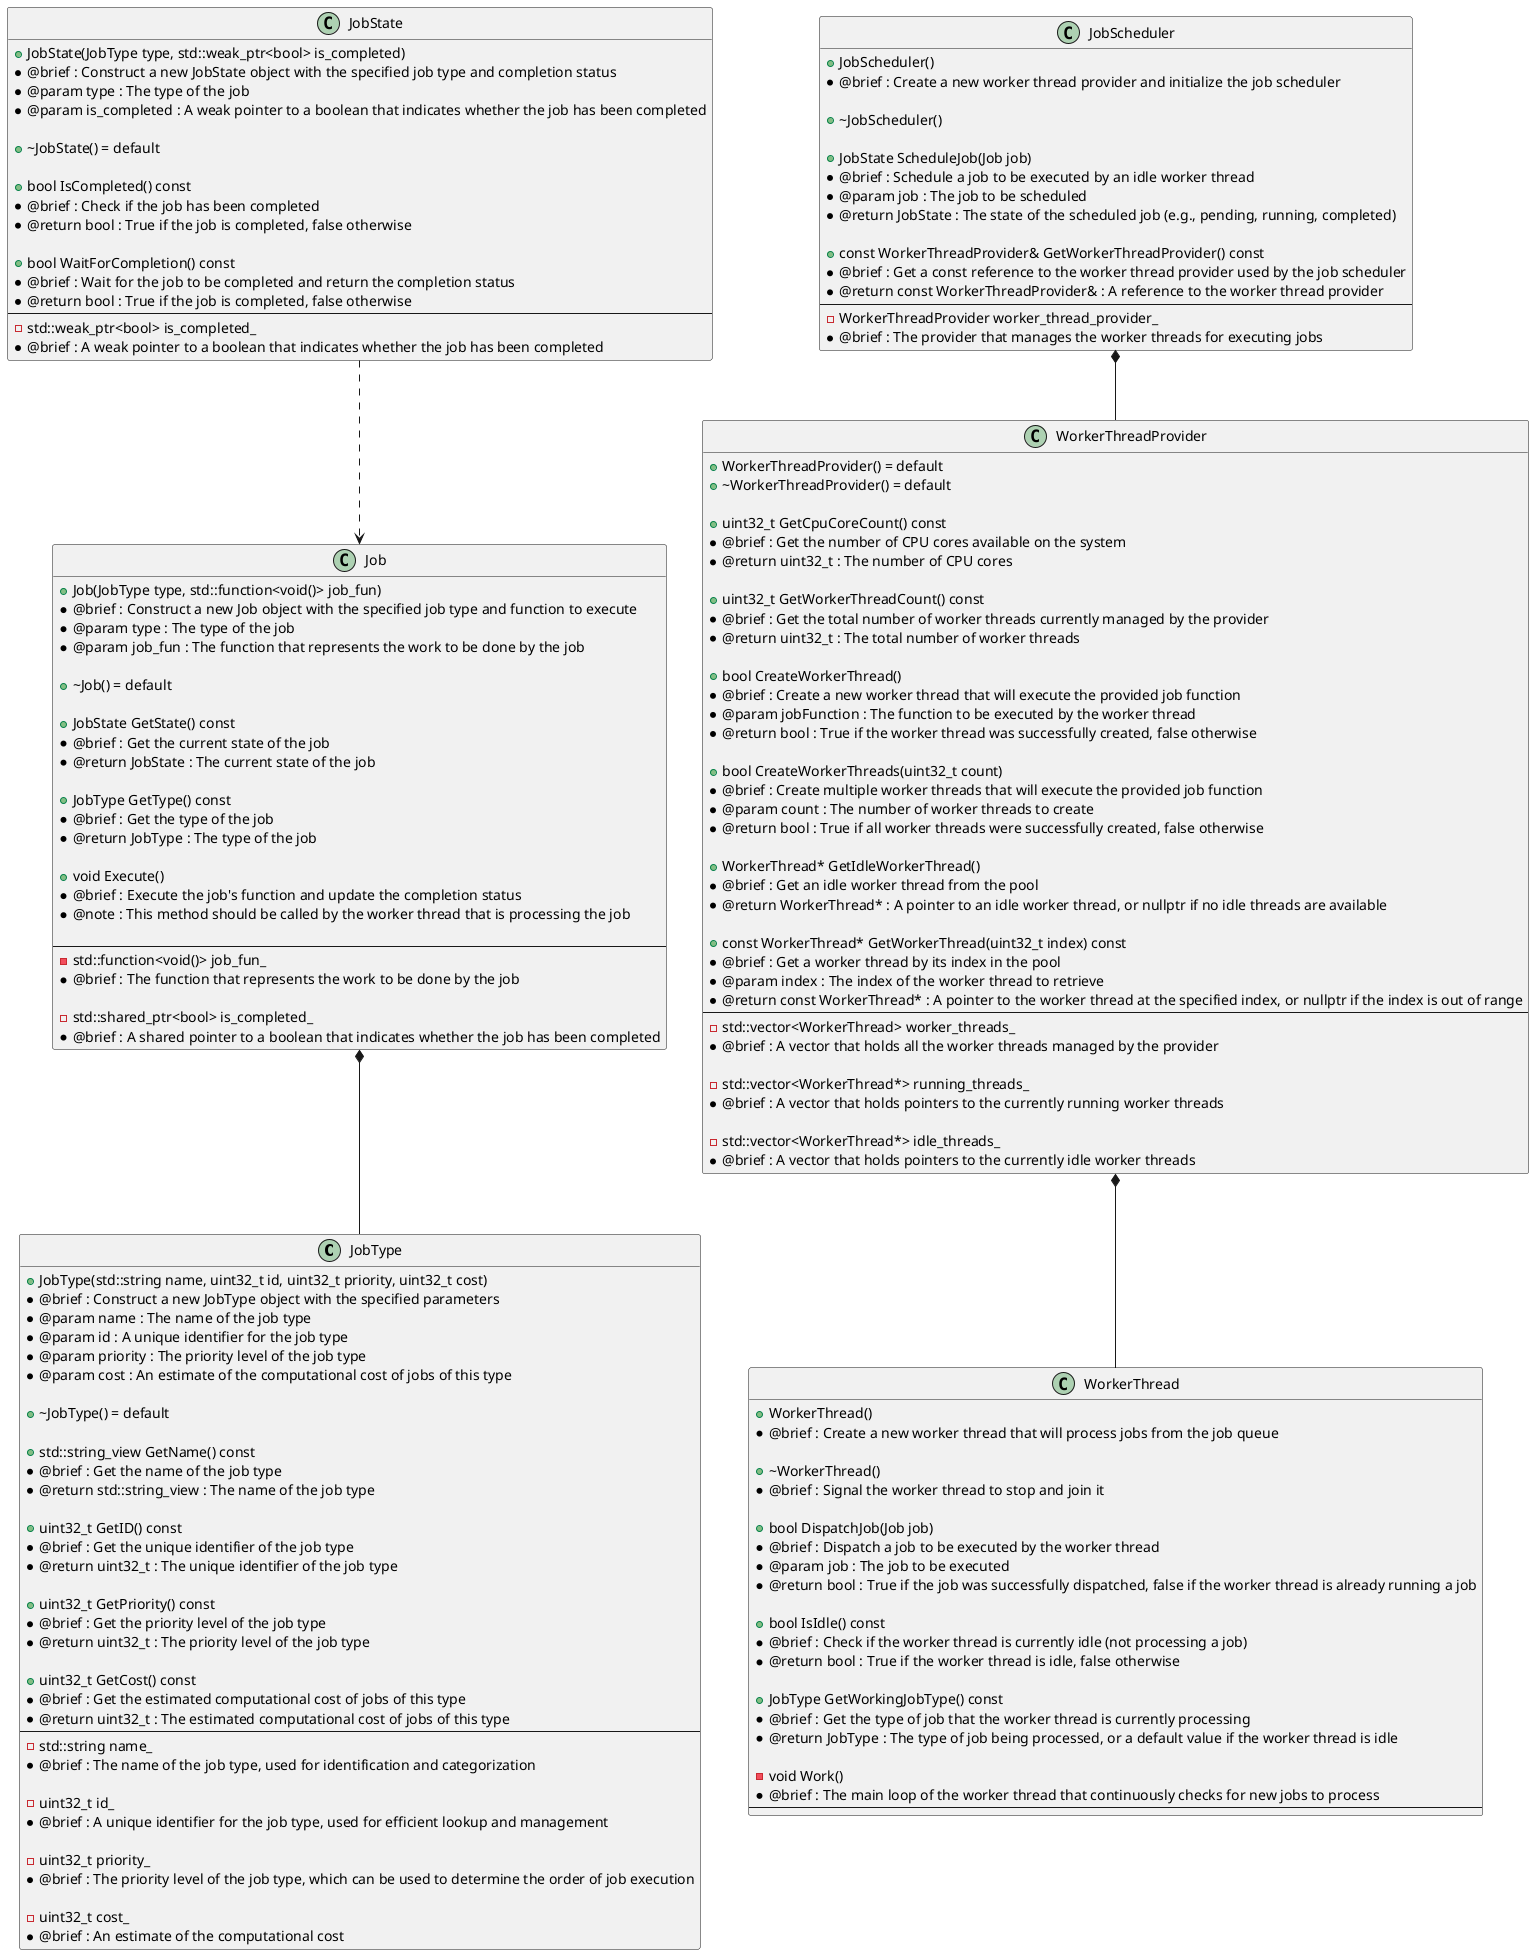
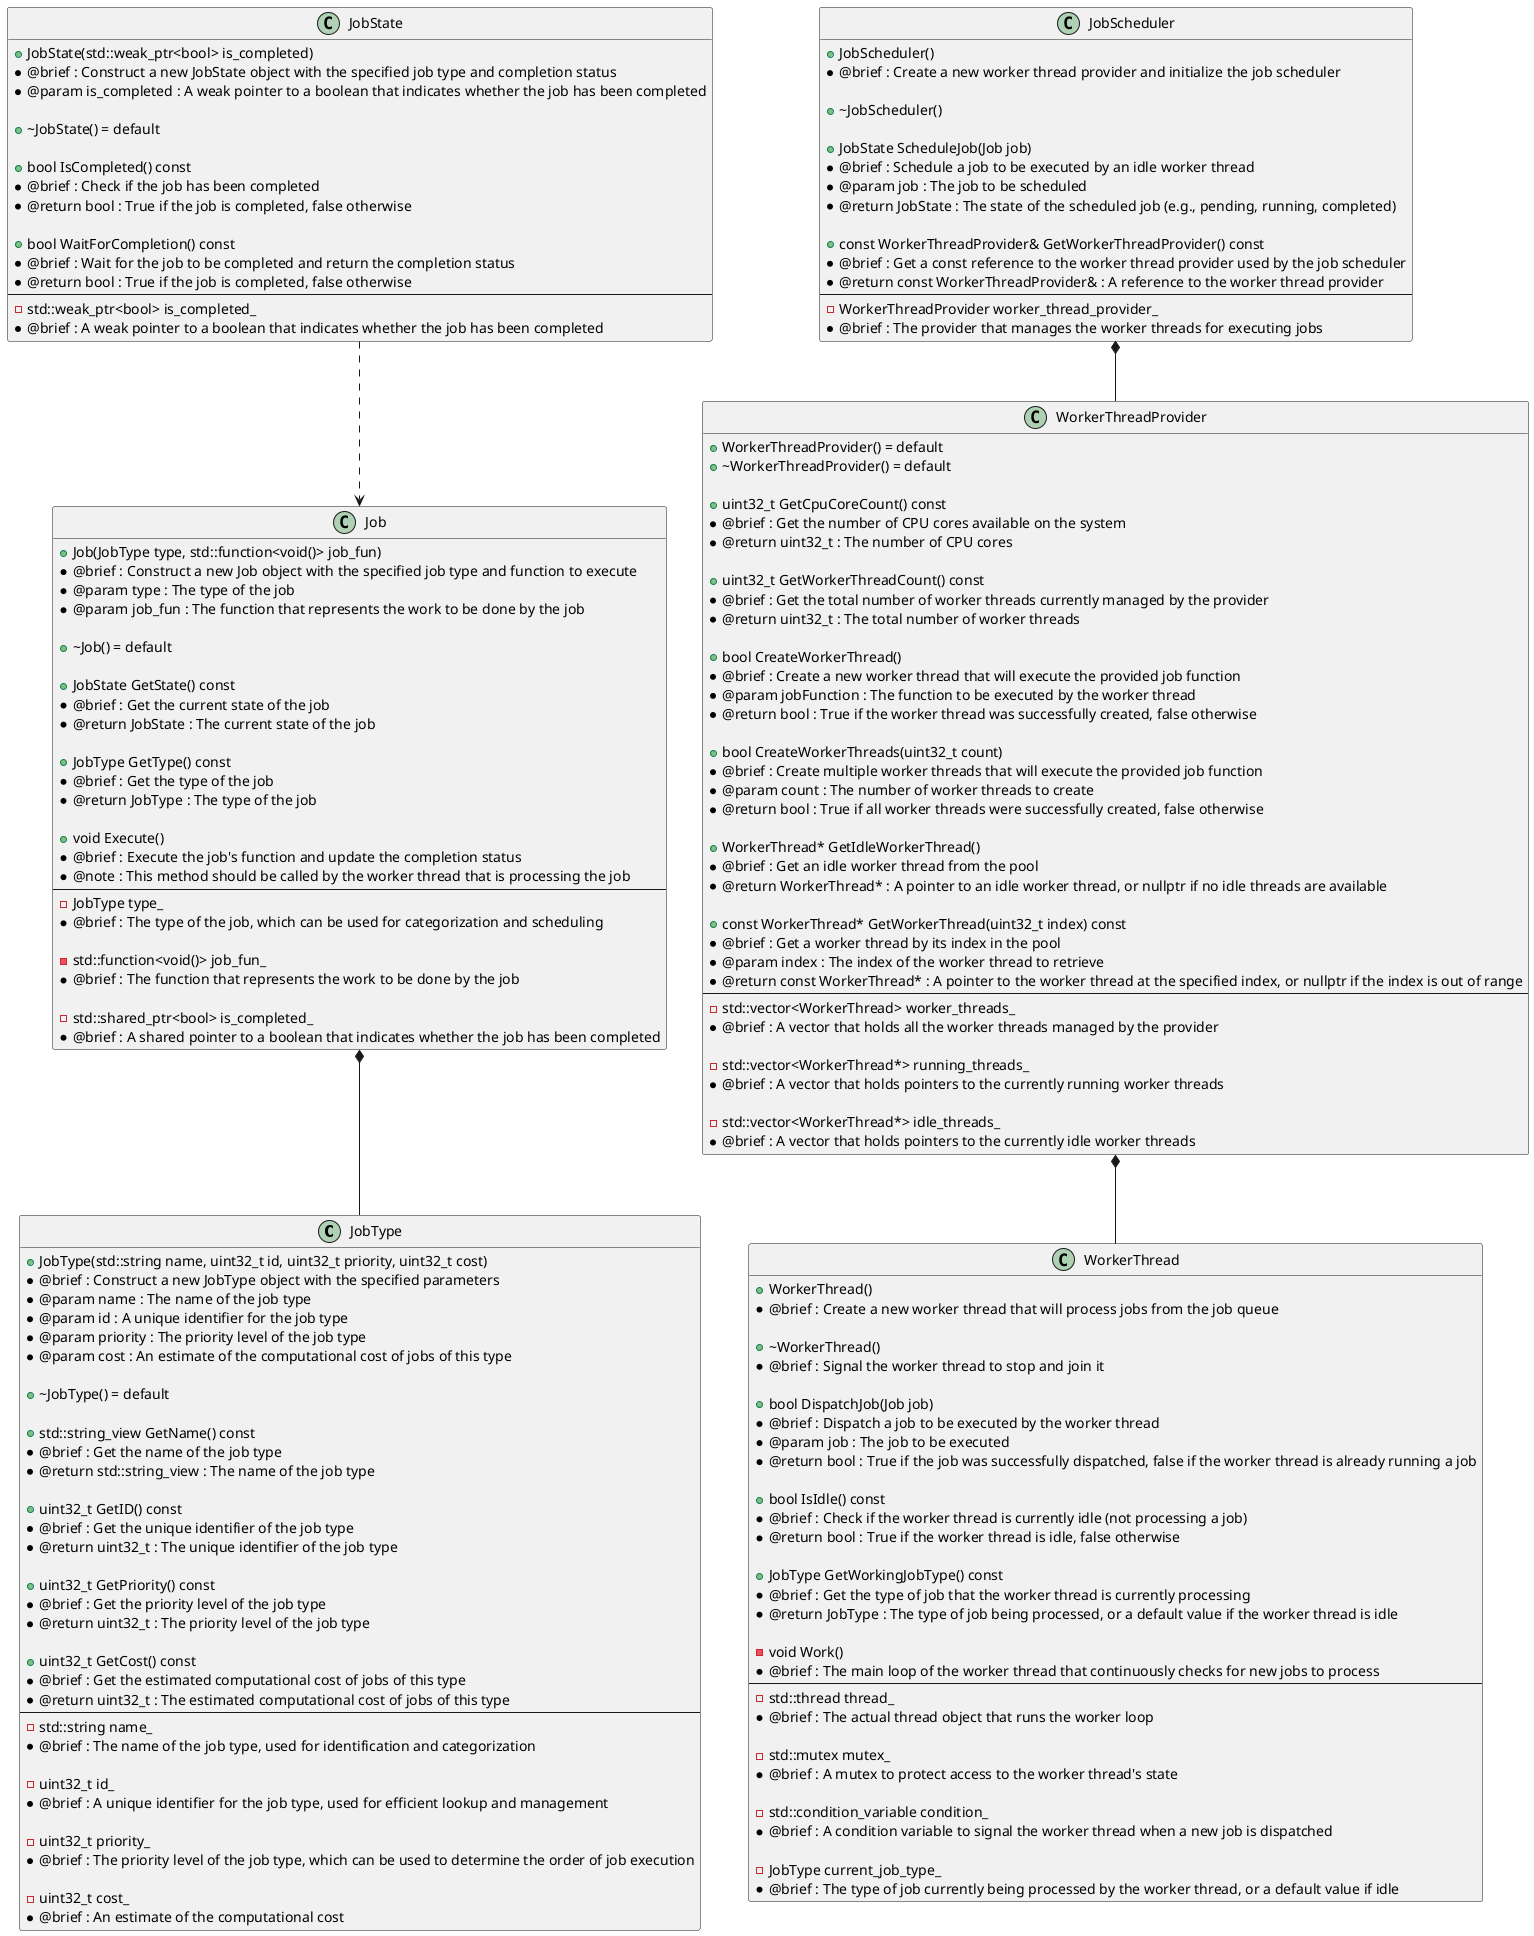
﻿@startuml

class JobType
{
    + JobType(std::string name, uint32_t id, uint32_t priority, uint32_t cost)
     * @brief : Construct a new JobType object with the specified parameters
     * @param name : The name of the job type
     * @param id : A unique identifier for the job type
     * @param priority : The priority level of the job type
     * @param cost : An estimate of the computational cost of jobs of this type

    + ~JobType() = default

    + std::string_view GetName() const
     * @brief : Get the name of the job type
     * @return std::string_view : The name of the job type

    + uint32_t GetID() const
     * @brief : Get the unique identifier of the job type
     * @return uint32_t : The unique identifier of the job type

    + uint32_t GetPriority() const
     * @brief : Get the priority level of the job type
     * @return uint32_t : The priority level of the job type

    + uint32_t GetCost() const
     * @brief : Get the estimated computational cost of jobs of this type
     * @return uint32_t : The estimated computational cost of jobs of this type
    ---
    - std::string name_
     * @brief : The name of the job type, used for identification and categorization

    - uint32_t id_
     * @brief : A unique identifier for the job type, used for efficient lookup and management

    - uint32_t priority_
     * @brief : The priority level of the job type, which can be used to determine the order of job execution

    - uint32_t cost_
     * @brief : An estimate of the computational cost
}

class JobState
{
-     + JobState(JobType type, std::weak_ptr<bool> is_completed)
+     + JobState(std::weak_ptr<bool> is_completed)
     * @brief : Construct a new JobState object with the specified job type and completion status
-      * @param type : The type of the job
     * @param is_completed : A weak pointer to a boolean that indicates whether the job has been completed

    + ~JobState() = default

    + bool IsCompleted() const
     * @brief : Check if the job has been completed
     * @return bool : True if the job is completed, false otherwise

    + bool WaitForCompletion() const
     * @brief : Wait for the job to be completed and return the completion status
     * @return bool : True if the job is completed, false otherwise
    ---
    - std::weak_ptr<bool> is_completed_
     * @brief : A weak pointer to a boolean that indicates whether the job has been completed
}
JobState ..> Job

class Job
{
    + Job(JobType type, std::function<void()> job_fun)
     * @brief : Construct a new Job object with the specified job type and function to execute
     * @param type : The type of the job
     * @param job_fun : The function that represents the work to be done by the job

    + ~Job() = default

    + JobState GetState() const
     * @brief : Get the current state of the job
     * @return JobState : The current state of the job

    + JobType GetType() const
     * @brief : Get the type of the job
     * @return JobType : The type of the job

    + void Execute()
     * @brief : Execute the job's function and update the completion status
     * @note : This method should be called by the worker thread that is processing the job
+     ---
+     - JobType type_
+      * @brief : The type of the job, which can be used for categorization and scheduling

-     ---
    - std::function<void()> job_fun_
     * @brief : The function that represents the work to be done by the job

    - std::shared_ptr<bool> is_completed_
     * @brief : A shared pointer to a boolean that indicates whether the job has been completed
}
Job *-- JobType

class WorkerThread
{
    + WorkerThread()
     * @brief : Create a new worker thread that will process jobs from the job queue

    + ~WorkerThread()
     * @brief : Signal the worker thread to stop and join it

    + bool DispatchJob(Job job)
     * @brief : Dispatch a job to be executed by the worker thread
     * @param job : The job to be executed
     * @return bool : True if the job was successfully dispatched, false if the worker thread is already running a job

    + bool IsIdle() const
     * @brief : Check if the worker thread is currently idle (not processing a job)
     * @return bool : True if the worker thread is idle, false otherwise

    + JobType GetWorkingJobType() const
     * @brief : Get the type of job that the worker thread is currently processing
     * @return JobType : The type of job being processed, or a default value if the worker thread is idle

    - void Work()
     * @brief : The main loop of the worker thread that continuously checks for new jobs to process
    ---
+     - std::thread thread_
+      * @brief : The actual thread object that runs the worker loop
+ 
+     - std::mutex mutex_
+      * @brief : A mutex to protect access to the worker thread's state
+ 
+     - std::condition_variable condition_
+      * @brief : A condition variable to signal the worker thread when a new job is dispatched
+ 
+     - JobType current_job_type_
+      * @brief : The type of job currently being processed by the worker thread, or a default value if idle
}

class WorkerThreadProvider
{
    + WorkerThreadProvider() = default
    + ~WorkerThreadProvider() = default

    + uint32_t GetCpuCoreCount() const
     * @brief : Get the number of CPU cores available on the system
     * @return uint32_t : The number of CPU cores

    + uint32_t GetWorkerThreadCount() const
     * @brief : Get the total number of worker threads currently managed by the provider
     * @return uint32_t : The total number of worker threads

    + bool CreateWorkerThread()
     * @brief : Create a new worker thread that will execute the provided job function
     * @param jobFunction : The function to be executed by the worker thread
     * @return bool : True if the worker thread was successfully created, false otherwise

    + bool CreateWorkerThreads(uint32_t count)
     * @brief : Create multiple worker threads that will execute the provided job function
     * @param count : The number of worker threads to create
     * @return bool : True if all worker threads were successfully created, false otherwise

    + WorkerThread* GetIdleWorkerThread()
     * @brief : Get an idle worker thread from the pool
     * @return WorkerThread* : A pointer to an idle worker thread, or nullptr if no idle threads are available

    + const WorkerThread* GetWorkerThread(uint32_t index) const
     * @brief : Get a worker thread by its index in the pool
     * @param index : The index of the worker thread to retrieve
     * @return const WorkerThread* : A pointer to the worker thread at the specified index, or nullptr if the index is out of range
    ---
    - std::vector<WorkerThread> worker_threads_
     * @brief : A vector that holds all the worker threads managed by the provider

    - std::vector<WorkerThread*> running_threads_
     * @brief : A vector that holds pointers to the currently running worker threads

    - std::vector<WorkerThread*> idle_threads_
     * @brief : A vector that holds pointers to the currently idle worker threads
}
WorkerThreadProvider *-- WorkerThread

class JobScheduler
{
    + JobScheduler()
     * @brief : Create a new worker thread provider and initialize the job scheduler

    + ~JobScheduler()

    + JobState ScheduleJob(Job job)
     * @brief : Schedule a job to be executed by an idle worker thread
     * @param job : The job to be scheduled
     * @return JobState : The state of the scheduled job (e.g., pending, running, completed)

    + const WorkerThreadProvider& GetWorkerThreadProvider() const
     * @brief : Get a const reference to the worker thread provider used by the job scheduler
     * @return const WorkerThreadProvider& : A reference to the worker thread provider
    ---
    - WorkerThreadProvider worker_thread_provider_
     * @brief : The provider that manages the worker threads for executing jobs
}
JobScheduler *-- WorkerThreadProvider


@enduml